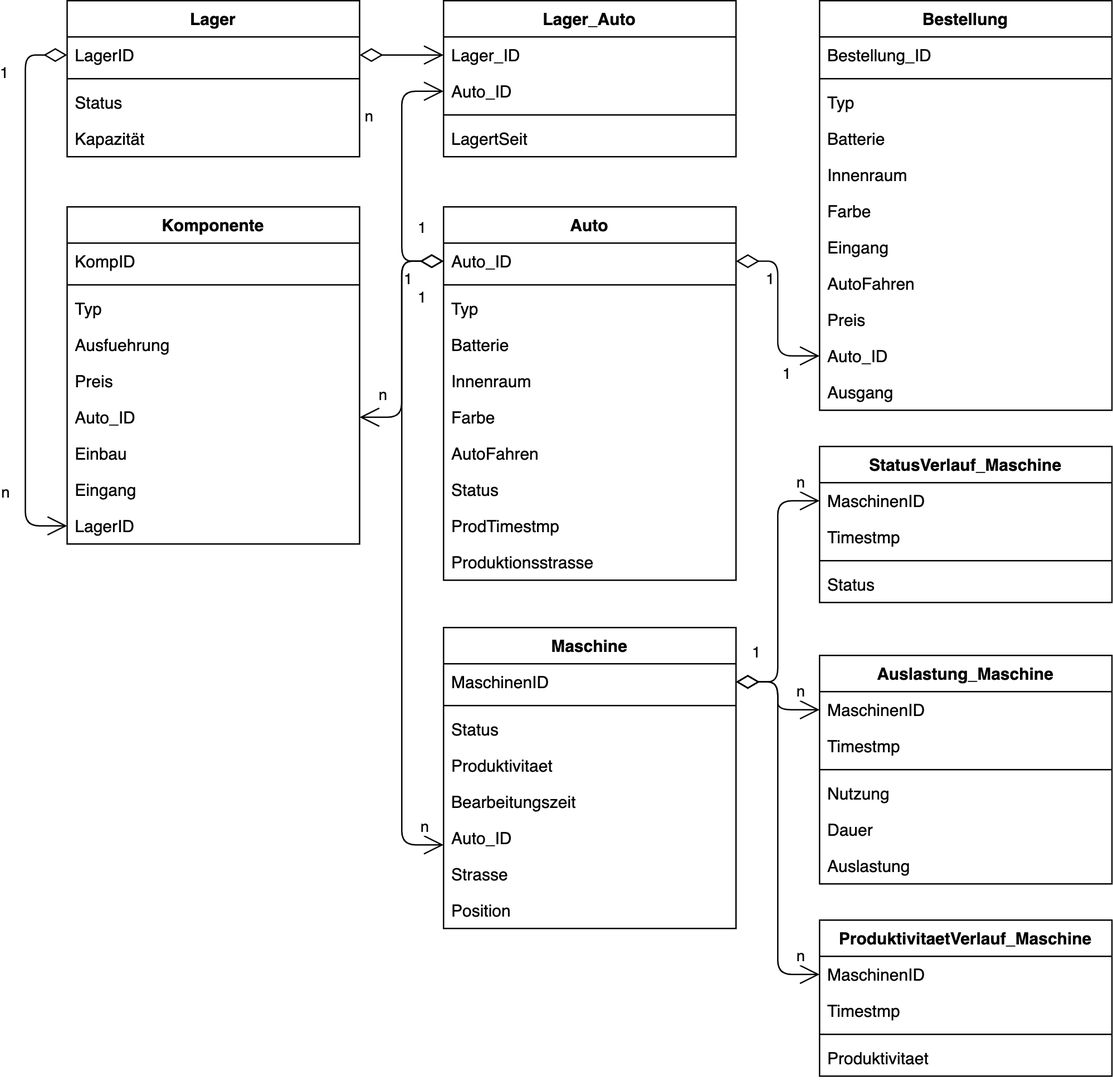
leventlukas/digital-boardroom keeps this draw.io diagram as ausarbeitung-latex/img/ER-Diagramm.png. Above is the earlier version. Source tidied: cells renumbered, new cells last; positions are measured from the earlier drawing's top-left corner, leaving out a move shared by most shapes.
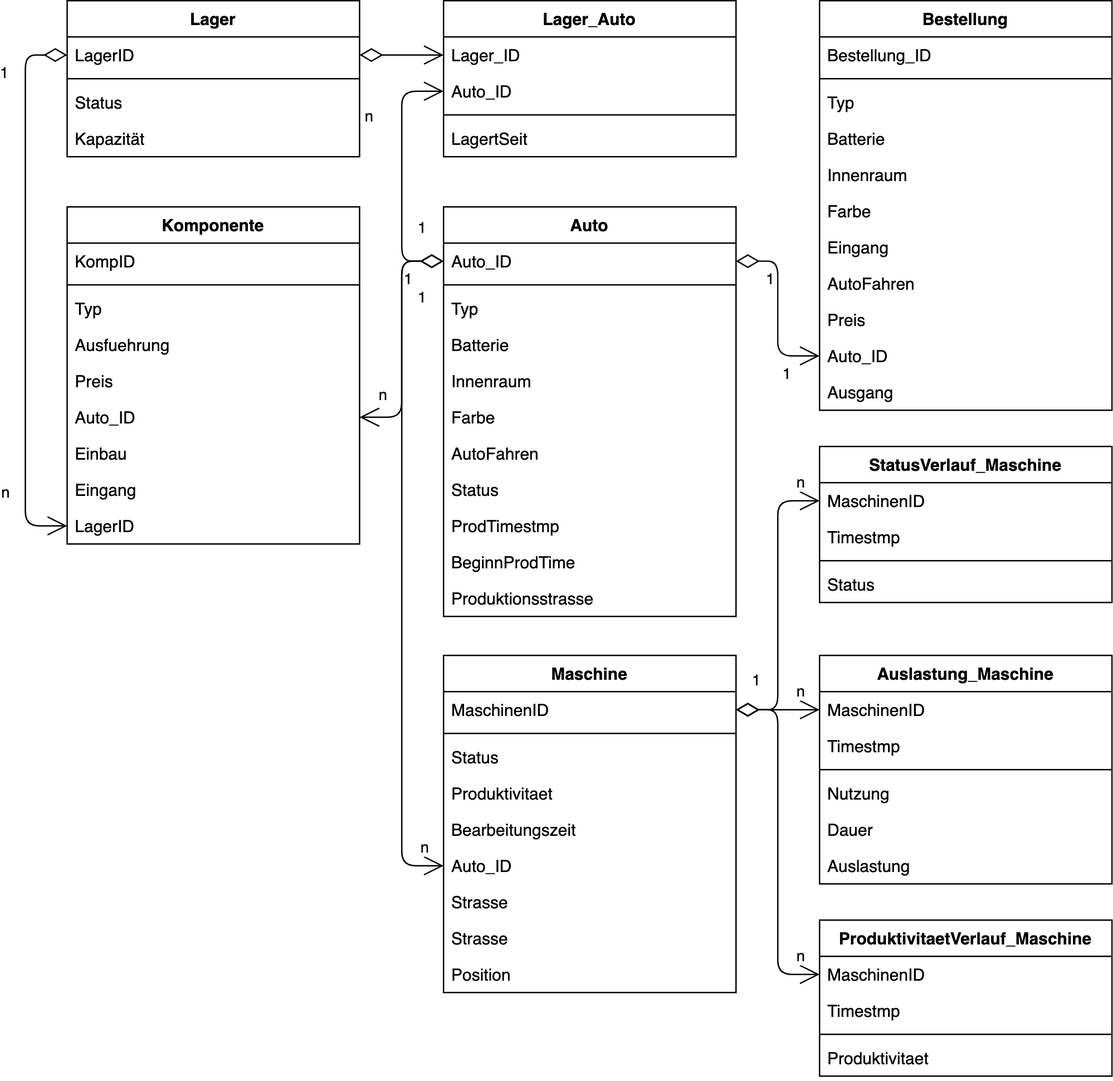
Above is the later version.

Change to the diagram source:
```diff
@@ -3,7 +3,7 @@
     <mxCell id="0" />
     <mxCell id="1" parent="0" />
     <mxCell id="2" value="Auto" style="swimlane;fontStyle=1;align=center;verticalAlign=top;horizontal=1;startSize=26;" parent="1" vertex="1">
-      <mxGeometry x="300" y="148" width="210" height="268" as="geometry" />
+      <mxGeometry x="300" y="148" width="210" height="294" as="geometry" />
     </mxCell>
     <mxCell id="3" value="Auto_ID" style="text;strokeColor=none;fillColor=none;align=left;verticalAlign=top;spacingLeft=4;spacingRight=4;overflow=hidden;points=[[0,0.5],[1,0.5]];portConstraint=eastwest;" parent="2" vertex="1">
       <mxGeometry y="26" width="210" height="26" as="geometry" />
@@ -32,8 +32,11 @@
     <mxCell id="11" value="ProdTimestmp" style="text;strokeColor=none;fillColor=none;align=left;verticalAlign=top;spacingLeft=4;spacingRight=4;overflow=hidden;" parent="2" vertex="1">
       <mxGeometry y="216" width="210" height="26" as="geometry" />
     </mxCell>
+    <mxCell id="96" value="BeginnProdTime" style="text;strokeColor=none;fillColor=none;align=left;verticalAlign=top;spacingLeft=4;spacingRight=4;overflow=hidden;" parent="2" vertex="1">
+      <mxGeometry y="242" width="210" height="26" as="geometry" />
+    </mxCell>
     <mxCell id="12" value="Produktionsstrasse" style="text;strokeColor=none;fillColor=none;align=left;verticalAlign=top;spacingLeft=4;spacingRight=4;overflow=hidden;" parent="2" vertex="1">
-      <mxGeometry y="242" width="210" height="26" as="geometry" />
+      <mxGeometry y="268" width="210" height="26" as="geometry" />
     </mxCell>
     <mxCell id="13" value="Bestellung" style="swimlane;fontStyle=1;align=center;verticalAlign=top;horizontal=1;startSize=26;" parent="1" vertex="1">
       <mxGeometry x="570" width="210" height="294" as="geometry" />
@@ -202,7 +205,7 @@
       </mxGeometry>
     </mxCell>
     <mxCell id="58" value="Maschine" style="swimlane;fontStyle=1;align=center;verticalAlign=top;horizontal=1;startSize=26;" parent="1" vertex="1">
-      <mxGeometry x="300" y="450" width="210" height="216" as="geometry" />
+      <mxGeometry x="300" y="470" width="210" height="242" as="geometry" />
     </mxCell>
     <mxCell id="59" value="MaschinenID" style="text;strokeColor=none;fillColor=none;align=left;verticalAlign=top;spacingLeft=4;spacingRight=4;overflow=hidden;points=[[0,0.5],[1,0.5]];portConstraint=eastwest;" parent="58" vertex="1">
       <mxGeometry y="26" width="210" height="26" as="geometry" />
@@ -222,11 +225,14 @@
     <mxCell id="64" value="Auto_ID" style="text;strokeColor=none;fillColor=none;align=left;verticalAlign=top;spacingLeft=4;spacingRight=4;overflow=hidden;points=[[0,0.5],[1,0.5]];portConstraint=eastwest;" parent="58" vertex="1">
       <mxGeometry y="138" width="210" height="26" as="geometry" />
     </mxCell>
+    <mxCell id="97" value="Strasse" style="text;strokeColor=none;fillColor=none;align=left;verticalAlign=top;spacingLeft=4;spacingRight=4;overflow=hidden;" parent="58" vertex="1">
+      <mxGeometry y="164" width="210" height="26" as="geometry" />
+    </mxCell>
     <mxCell id="65" value="Strasse" style="text;strokeColor=none;fillColor=none;align=left;verticalAlign=top;spacingLeft=4;spacingRight=4;overflow=hidden;" parent="58" vertex="1">
-      <mxGeometry y="164" width="210" height="26" as="geometry" />
+      <mxGeometry y="190" width="210" height="26" as="geometry" />
     </mxCell>
     <mxCell id="66" value="Position" style="text;strokeColor=none;fillColor=none;align=left;verticalAlign=top;spacingLeft=4;spacingRight=4;overflow=hidden;" parent="58" vertex="1">
-      <mxGeometry y="190" width="210" height="26" as="geometry" />
+      <mxGeometry y="216" width="210" height="26" as="geometry" />
     </mxCell>
     <mxCell id="67" value="StatusVerlauf_Maschine" style="swimlane;fontStyle=1;align=center;verticalAlign=top;horizontal=1;startSize=26;" parent="1" vertex="1">
       <mxGeometry x="570" y="320" width="210" height="112" as="geometry" />
@@ -279,11 +285,11 @@
     <mxCell id="83" value="Produktivitaet" style="text;strokeColor=none;fillColor=none;align=left;verticalAlign=top;spacingLeft=4;spacingRight=4;overflow=hidden;" parent="79" vertex="1">
       <mxGeometry y="86" width="210" height="26" as="geometry" />
     </mxCell>
-    <mxCell id="84" style="endArrow=open;html=1;endSize=12;startArrow=diamondThin;startSize=14;startFill=0;edgeStyle=orthogonalEdgeStyle;exitX=0;exitY=0.5;exitDx=0;exitDy=0;" parent="1" edge="1" source="3" target="64">
+    <mxCell id="84" style="endArrow=open;html=1;endSize=12;startArrow=diamondThin;startSize=14;startFill=0;edgeStyle=orthogonalEdgeStyle;exitX=0;exitY=0.5;exitDx=0;exitDy=0;entryX=0;entryY=0.5;entryDx=0;entryDy=0;" parent="1" edge="1" source="3" target="64">
       <mxGeometry relative="1" as="geometry">
         <Array as="points">
           <mxPoint x="270" y="187" />
-          <mxPoint x="270" y="606" />
+          <mxPoint x="270" y="621" />
         </Array>
       </mxGeometry>
     </mxCell>
@@ -300,7 +306,7 @@
     <mxCell id="87" style="endArrow=open;html=1;endSize=12;startArrow=diamondThin;startSize=14;startFill=0;edgeStyle=orthogonalEdgeStyle;exitX=1;exitY=0.5;exitDx=0;exitDy=0;entryX=0;entryY=0.5;entryDx=0;entryDy=0;" parent="1" edge="1" source="59" target="68">
       <mxGeometry relative="1" as="geometry">
         <Array as="points">
-          <mxPoint x="540" y="489" />
+          <mxPoint x="540" y="509" />
           <mxPoint x="540" y="359" />
         </Array>
       </mxGeometry>
@@ -318,8 +324,8 @@
     <mxCell id="90" style="endArrow=open;html=1;endSize=12;startArrow=diamondThin;startSize=14;startFill=0;edgeStyle=orthogonalEdgeStyle;entryX=0;entryY=0.5;entryDx=0;entryDy=0;exitX=1;exitY=0.5;exitDx=0;exitDy=0;" parent="1" edge="1" source="59" target="73">
       <mxGeometry relative="1" as="geometry">
         <Array as="points">
-          <mxPoint x="540" y="489" />
-          <mxPoint x="540" y="509" />
+          <mxPoint x="530" y="509" />
+          <mxPoint x="530" y="509" />
         </Array>
       </mxGeometry>
     </mxCell>
@@ -333,10 +339,11 @@
         <mxPoint x="-10" y="-26" as="offset" />
       </mxGeometry>
     </mxCell>
-    <mxCell id="93" style="endArrow=open;html=1;endSize=12;startArrow=diamondThin;startSize=14;startFill=0;edgeStyle=orthogonalEdgeStyle;entryX=0;entryY=0.5;entryDx=0;entryDy=0;exitX=1;exitY=0.5;exitDx=0;exitDy=0;" parent="1" edge="1" source="59" target="80">
+    <mxCell id="93" style="endArrow=open;html=1;endSize=12;startArrow=diamondThin;startSize=14;startFill=0;edgeStyle=orthogonalEdgeStyle;entryX=0;entryY=0.5;entryDx=0;entryDy=0;" parent="1" edge="1" target="80">
       <mxGeometry relative="1" as="geometry">
+        <mxPoint x="510" y="509" as="sourcePoint" />
         <Array as="points">
-          <mxPoint x="540" y="489" />
+          <mxPoint x="540" y="509" />
           <mxPoint x="540" y="699" />
         </Array>
       </mxGeometry>
```
